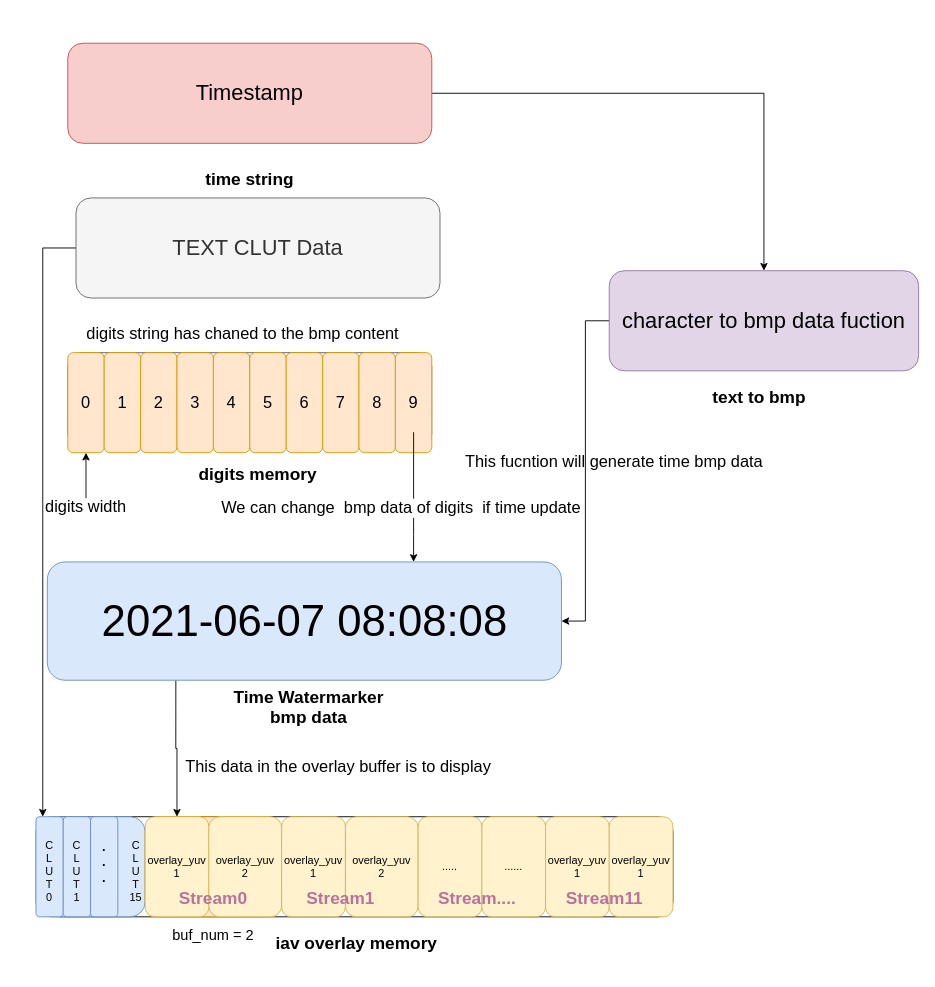
Before: amba-overlay-mem.drawio in SheridanX/diagrams, a draw.io diagram. Source tidied: cells renumbered, new cells numbered last; positions are measured from the earlier drawing's top-left corner, leaving out a move shared by most shapes. Both pictures are drawn from the tidied source at 91%, with x=0, y=0 at pixel (31, 43).
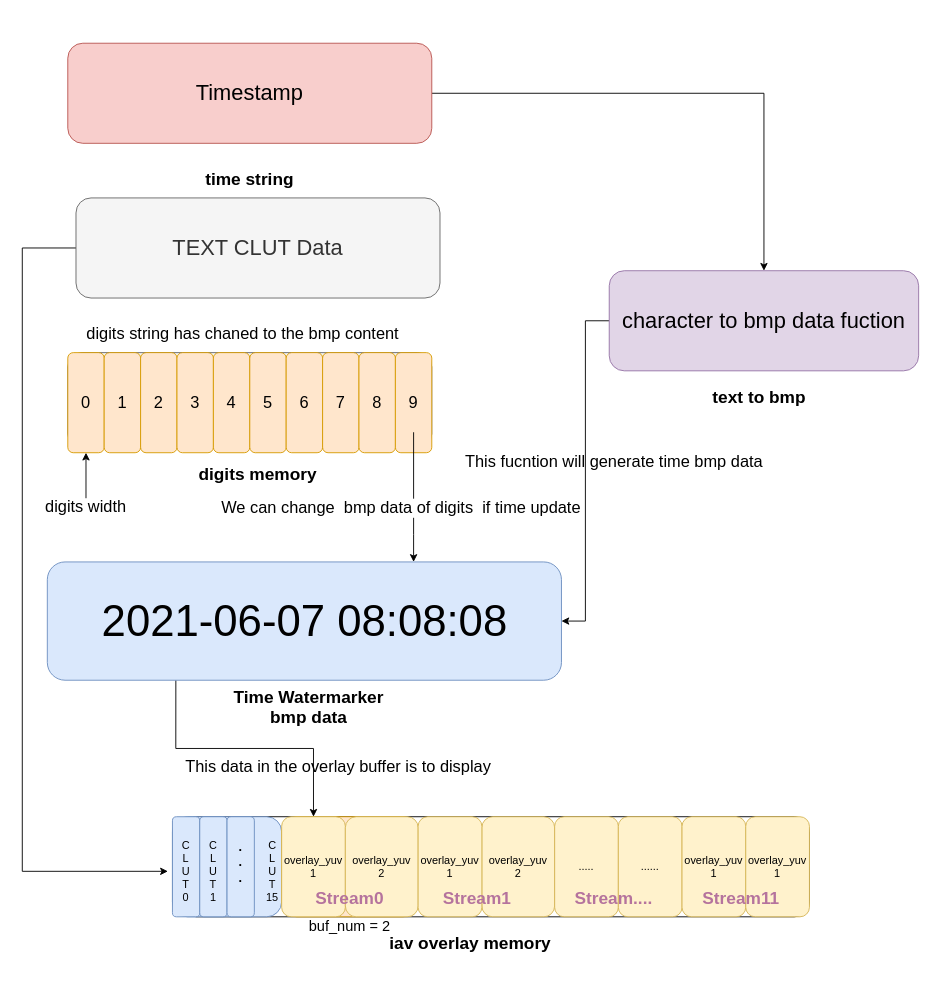
Above is the later version.

Unchanged cells that the change refers to:
```xml
<mxCell id="66" value="&lt;span style=&quot;font-size: 24px&quot;&gt;TEXT CLUT Data&lt;/span&gt;" style="rounded=1;whiteSpace=wrap;html=1;fillColor=#f5f5f5;strokeColor=#666666;fontColor=#333333;" parent="1" vertex="1">
  <mxGeometry x="49" y="170" width="400" height="110" as="geometry" />
</mxCell>
```

Diff of the diagram source:
```diff
@@
     <mxCell id="2" style="rounded=0;whiteSpace=wrap;html=1;" parent="1" vertex="1">
-      <mxGeometry x="245" y="860" width="120" height="60" as="geometry" />
+      <mxGeometry x="395" y="860" width="120" height="60" as="geometry" />
     </mxCell>
     <mxCell id="3" style="rounded=1;whiteSpace=wrap;html=1;" parent="1" vertex="1">
-      <mxGeometry x="15" y="850" width="690" height="110" as="geometry" />
+      <mxGeometry x="165" y="850" width="690" height="110" as="geometry" />
     </mxCell>
     <mxCell id="4" value="&lt;b&gt;&lt;font style=&quot;font-size: 19px&quot;&gt;iav overlay memory&lt;/font&gt;&lt;/b&gt;" style="text;html=1;strokeColor=none;fillColor=none;align=center;verticalAlign=middle;whiteSpace=wrap;rounded=0;" parent="1" vertex="1">
-      <mxGeometry x="265" y="960" width="185" height="60" as="geometry" />
+      <mxGeometry x="390" y="960" width="185" height="60" as="geometry" />
     </mxCell>
     <mxCell id="5" style="rounded=1;whiteSpace=wrap;html=1;fillColor=#dae8fc;strokeColor=#6c8ebf;" parent="1" vertex="1">
-      <mxGeometry x="5" y="850" width="120" height="110" as="geometry" />
+      <mxGeometry x="155" y="850" width="120" height="110" as="geometry" />
     </mxCell>
     <mxCell id="6" style="rounded=1;whiteSpace=wrap;html=1;fillColor=#dae8fc;strokeColor=#6c8ebf;" parent="1" vertex="1">
-      <mxGeometry x="5" y="850" width="30" height="110" as="geometry" />
+      <mxGeometry x="155" y="850" width="30" height="110" as="geometry" />
     </mxCell>
     <mxCell id="7" style="rounded=1;whiteSpace=wrap;html=1;fillColor=#dae8fc;strokeColor=#6c8ebf;" parent="1" vertex="1">
-      <mxGeometry x="35" y="850" width="30" height="110" as="geometry" />
+      <mxGeometry x="185" y="850" width="30" height="110" as="geometry" />
     </mxCell>
     <mxCell id="8" style="rounded=1;whiteSpace=wrap;html=1;fillColor=#dae8fc;strokeColor=#6c8ebf;" parent="1" vertex="1">
-      <mxGeometry x="65" y="850" width="30" height="110" as="geometry" />
+      <mxGeometry x="215" y="850" width="30" height="110" as="geometry" />
     </mxCell>
     <mxCell id="9" value="C&lt;br&gt;L&lt;br&gt;U&lt;br&gt;T&lt;br&gt;0" style="text;html=1;strokeColor=none;fillColor=none;align=center;verticalAlign=middle;whiteSpace=wrap;rounded=0;" parent="1" vertex="1">
-      <mxGeometry y="870" width="40" height="80" as="geometry" />
+      <mxGeometry x="150" y="870" width="40" height="80" as="geometry" />
     </mxCell>
     <mxCell id="10" value="C&lt;br&gt;L&lt;br&gt;U&lt;br&gt;T&lt;br&gt;1" style="text;html=1;strokeColor=none;fillColor=none;align=center;verticalAlign=middle;whiteSpace=wrap;rounded=0;" parent="1" vertex="1">
-      <mxGeometry x="30" y="870" width="40" height="80" as="geometry" />
+      <mxGeometry x="180" y="870" width="40" height="80" as="geometry" />
     </mxCell>
     <mxCell id="11" value="&lt;b style=&quot;font-size: 14px&quot;&gt;.&lt;br&gt;.&lt;br&gt;.&lt;/b&gt;" style="text;html=1;strokeColor=none;fillColor=none;align=center;verticalAlign=middle;whiteSpace=wrap;rounded=0;" parent="1" vertex="1">
-      <mxGeometry x="60" y="860" width="40" height="80" as="geometry" />
+      <mxGeometry x="210" y="860" width="40" height="80" as="geometry" />
     </mxCell>
     <mxCell id="12" value="C&lt;br&gt;L&lt;br&gt;U&lt;br&gt;T&lt;br&gt;15" style="text;html=1;strokeColor=none;fillColor=none;align=center;verticalAlign=middle;whiteSpace=wrap;rounded=0;" parent="1" vertex="1">
-      <mxGeometry x="95" y="870" width="40" height="80" as="geometry" />
+      <mxGeometry x="245" y="870" width="40" height="80" as="geometry" />
     </mxCell>
     <mxCell id="13" style="rounded=1;whiteSpace=wrap;html=1;fillColor=#ffe6cc;strokeColor=#d79b00;" parent="1" vertex="1">
-      <mxGeometry x="125" y="850" width="150" height="110" as="geometry" />
+      <mxGeometry x="275" y="850" width="150" height="110" as="geometry" />
     </mxCell>
     <mxCell id="14" value="&lt;font style=&quot;font-size: 16px&quot;&gt;buf_num = 2&lt;/font&gt;" style="text;html=1;strokeColor=none;fillColor=none;align=center;verticalAlign=middle;whiteSpace=wrap;rounded=0;" parent="1" vertex="1">
-      <mxGeometry x="135" y="950" width="130" height="60" as="geometry" />
+      <mxGeometry x="285" y="940" width="130" height="60" as="geometry" />
     </mxCell>
     <mxCell id="15" value="overlay_yuv&lt;br&gt;1" style="rounded=1;whiteSpace=wrap;html=1;fillColor=#fff2cc;strokeColor=#d6b656;" parent="1" vertex="1">
-      <mxGeometry x="125" y="850" width="70" height="110" as="geometry" />
+      <mxGeometry x="275" y="850" width="70" height="110" as="geometry" />
     </mxCell>
     <mxCell id="16" value="overlay_yuv&lt;br&gt;2" style="rounded=1;whiteSpace=wrap;html=1;fillColor=#fff2cc;strokeColor=#d6b656;" parent="1" vertex="1">
-      <mxGeometry x="195" y="850" width="80" height="110" as="geometry" />
+      <mxGeometry x="345" y="850" width="80" height="110" as="geometry" />
     </mxCell>
     <mxCell id="17" value="&lt;span style=&quot;font-size: 19px&quot;&gt;&lt;b&gt;&lt;font color=&quot;#b5739d&quot;&gt;Stream0&lt;/font&gt;&lt;/b&gt;&lt;/span&gt;" style="text;html=1;strokeColor=none;fillColor=none;align=center;verticalAlign=middle;whiteSpace=wrap;rounded=0;" parent="1" vertex="1">
-      <mxGeometry x="135" y="910" width="130" height="60" as="geometry" />
+      <mxGeometry x="285" y="910" width="130" height="60" as="geometry" />
     </mxCell>
     <mxCell id="18" value="overlay_yuv&lt;br&gt;2" style="rounded=1;whiteSpace=wrap;html=1;fillColor=#fff2cc;strokeColor=#d6b656;" parent="1" vertex="1">
-      <mxGeometry x="345" y="850" width="80" height="110" as="geometry" />
+      <mxGeometry x="495" y="850" width="80" height="110" as="geometry" />
     </mxCell>
     <mxCell id="19" value="overlay_yuv&lt;br&gt;1" style="rounded=1;whiteSpace=wrap;html=1;fillColor=#fff2cc;strokeColor=#d6b656;" parent="1" vertex="1">
-      <mxGeometry x="275" y="850" width="70" height="110" as="geometry" />
+      <mxGeometry x="425" y="850" width="70" height="110" as="geometry" />
     </mxCell>
     <mxCell id="20" value="&lt;span style=&quot;font-size: 19px&quot;&gt;&lt;b&gt;&lt;font color=&quot;#b5739d&quot;&gt;Stream1&lt;/font&gt;&lt;/b&gt;&lt;/span&gt;" style="text;html=1;strokeColor=none;fillColor=none;align=center;verticalAlign=middle;whiteSpace=wrap;rounded=0;" parent="1" vertex="1">
-      <mxGeometry x="275" y="910" width="130" height="60" as="geometry" />
+      <mxGeometry x="425" y="910" width="130" height="60" as="geometry" />
     </mxCell>
     <mxCell id="21" value="....." style="rounded=1;whiteSpace=wrap;html=1;fillColor=#fff2cc;strokeColor=#d6b656;" parent="1" vertex="1">
-      <mxGeometry x="425" y="850" width="70" height="110" as="geometry" />
+      <mxGeometry x="575" y="850" width="70" height="110" as="geometry" />
     </mxCell>
     <mxCell id="22" value="......" style="rounded=1;whiteSpace=wrap;html=1;fillColor=#fff2cc;strokeColor=#d6b656;" parent="1" vertex="1">
-      <mxGeometry x="495" y="850" width="70" height="110" as="geometry" />
+      <mxGeometry x="645" y="850" width="70" height="110" as="geometry" />
     </mxCell>
     <mxCell id="23" value="&lt;span style=&quot;font-size: 19px&quot;&gt;&lt;b&gt;&lt;font color=&quot;#b5739d&quot;&gt;Stream....&lt;/font&gt;&lt;/b&gt;&lt;/span&gt;" style="text;html=1;strokeColor=none;fillColor=none;align=center;verticalAlign=middle;whiteSpace=wrap;rounded=0;" parent="1" vertex="1">
-      <mxGeometry x="425" y="910" width="130" height="60" as="geometry" />
+      <mxGeometry x="575" y="910" width="130" height="60" as="geometry" />
     </mxCell>
     <mxCell id="24" value="overlay_yuv&lt;br&gt;1" style="rounded=1;whiteSpace=wrap;html=1;fillColor=#fff2cc;strokeColor=#d6b656;" parent="1" vertex="1">
-      <mxGeometry x="565" y="850" width="70" height="110" as="geometry" />
+      <mxGeometry x="715" y="850" width="70" height="110" as="geometry" />
     </mxCell>
     <mxCell id="25" value="overlay_yuv&lt;br&gt;1" style="rounded=1;whiteSpace=wrap;html=1;fillColor=#fff2cc;strokeColor=#d6b656;" parent="1" vertex="1">
-      <mxGeometry x="635" y="850" width="70" height="110" as="geometry" />
+      <mxGeometry x="785" y="850" width="70" height="110" as="geometry" />
     </mxCell>
     <mxCell id="26" value="&lt;span style=&quot;font-size: 19px&quot;&gt;&lt;b&gt;&lt;font color=&quot;#b5739d&quot;&gt;Stream11&lt;/font&gt;&lt;/b&gt;&lt;/span&gt;" style="text;html=1;strokeColor=none;fillColor=none;align=center;verticalAlign=middle;whiteSpace=wrap;rounded=0;" parent="1" vertex="1">
-      <mxGeometry x="565" y="910" width="130" height="60" as="geometry" />
+      <mxGeometry x="715" y="910" width="130" height="60" as="geometry" />
     </mxCell>
@@
-    <mxCell id="65" style="edgeStyle=orthogonalEdgeStyle;rounded=0;jettySize=auto;html=1;entryX=0.25;entryY=0;entryDx=0;entryDy=0;" parent="1" edge="1" source="66" target="6">
-      <mxGeometry relative="1" as="geometry" />
+    <mxCell id="65" style="edgeStyle=orthogonalEdgeStyle;rounded=0;jettySize=auto;html=1;entryX=0;entryY=0.5;entryDx=0;entryDy=0;exitX=0;exitY=0.5;exitDx=0;exitDy=0;" parent="1" edge="1" source="66" target="9">
+      <mxGeometry relative="1" as="geometry">
+        <Array as="points">
+          <mxPoint x="-10" y="225" />
+          <mxPoint x="-10" y="910" />
+        </Array>
+      </mxGeometry>
     </mxCell>
@@
+    <mxCell id="67" value="&amp;nbsp;" style="text;html=1;strokeColor=none;fillColor=none;align=center;verticalAlign=middle;whiteSpace=wrap;rounded=0;" parent="1" vertex="1">
+      <mxGeometry x="170" y="-30" width="40" height="20" as="geometry" />
+    </mxCell>
```
